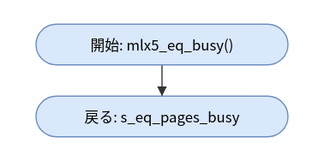
Above: doc/spec/images/flow_src_mlx5_cmd-mlx5_eq_busy.drawio.svg in hf355051012-ai/bfmem (draw.io), before the change. Source tidied: cells renumbered, new cells last; positions are measured from the earlier drawing's top-left corner, leaving out a move shared by most shapes.
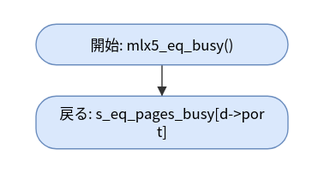
The same file after the commit.

What changed in the source:
```diff
@@ -5,8 +5,8 @@
     <mxCell id="2" value="開始: mlx5_eq_busy()" style="rounded=1;arcSize=50;whiteSpace=wrap;html=1;fillColor=#dae8fc;strokeColor=#6c8ebf;" parent="1" vertex="1">
       <mxGeometry width="210" height="34" as="geometry" />
     </mxCell>
-    <mxCell id="3" value="戻る: s_eq_pages_busy" style="rounded=1;arcSize=50;whiteSpace=wrap;html=1;fillColor=#dae8fc;strokeColor=#6c8ebf;" parent="1" vertex="1">
-      <mxGeometry y="60" width="210" height="34" as="geometry" />
+    <mxCell id="3" value="戻る: s_eq_pages_busy[d-&amp;gt;por&lt;br&gt;t]" style="rounded=1;arcSize=50;whiteSpace=wrap;html=1;fillColor=#dae8fc;strokeColor=#6c8ebf;" parent="1" vertex="1">
+      <mxGeometry y="60" width="210" height="44" as="geometry" />
     </mxCell>
     <mxCell id="4" style="edgeStyle=none;html=1;rounded=0;endArrow=block;endFill=1;exitX=0.5000;exitY=1.0000;exitDx=0;exitDy=0;exitPerimeter=0;entryX=0.5000;entryY=0.0000;entryDx=0;entryDy=0;entryPerimeter=0;" parent="1" edge="1" source="2" target="3">
       <mxGeometry relative="1" as="geometry" />
```
